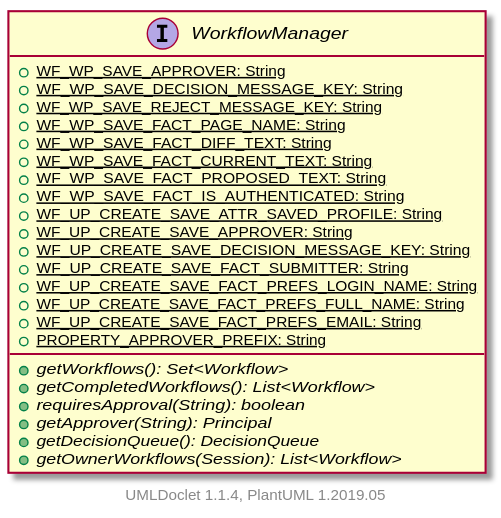
Earlier version of the PlantUML export apidocs/2.11.0.M8-SNAPSHOT/org/apache/wiki/workflow/WorkflowManager.svg (apache/jspwiki-site). Its diagram source:
```plantuml
@startuml

    interface WorkflowManager [[WorkflowManager.html]] {
        {static} +WF_WP_SAVE_APPROVER: String
        {static} +WF_WP_SAVE_DECISION_MESSAGE_KEY: String
        {static} +WF_WP_SAVE_REJECT_MESSAGE_KEY: String
        {static} +WF_WP_SAVE_FACT_PAGE_NAME: String
        {static} +WF_WP_SAVE_FACT_DIFF_TEXT: String
        {static} +WF_WP_SAVE_FACT_CURRENT_TEXT: String
        {static} +WF_WP_SAVE_FACT_PROPOSED_TEXT: String
        {static} +WF_WP_SAVE_FACT_IS_AUTHENTICATED: String
        {static} +WF_UP_CREATE_SAVE_ATTR_SAVED_PROFILE: String
        {static} +WF_UP_CREATE_SAVE_APPROVER: String
        {static} +WF_UP_CREATE_SAVE_DECISION_MESSAGE_KEY: String
        {static} +WF_UP_CREATE_SAVE_FACT_SUBMITTER: String
        {static} +WF_UP_CREATE_SAVE_FACT_PREFS_LOGIN_NAME: String
        {static} +WF_UP_CREATE_SAVE_FACT_PREFS_FULL_NAME: String
        {static} +WF_UP_CREATE_SAVE_FACT_PREFS_EMAIL: String
        {static} +PROPERTY_APPROVER_PREFIX: String
        {abstract} +getWorkflows(): Set<Workflow>
        {abstract} +getCompletedWorkflows(): List<Workflow>
        {abstract} +requiresApproval(String): boolean
        {abstract} +getApprover(String): Principal
        {abstract} +getDecisionQueue(): DecisionQueue
        {abstract} +getOwnerWorkflows(Session): List<Workflow>
    }


    center footer UMLDoclet 1.1.4, PlantUML 1.2019.05
@enduml
```
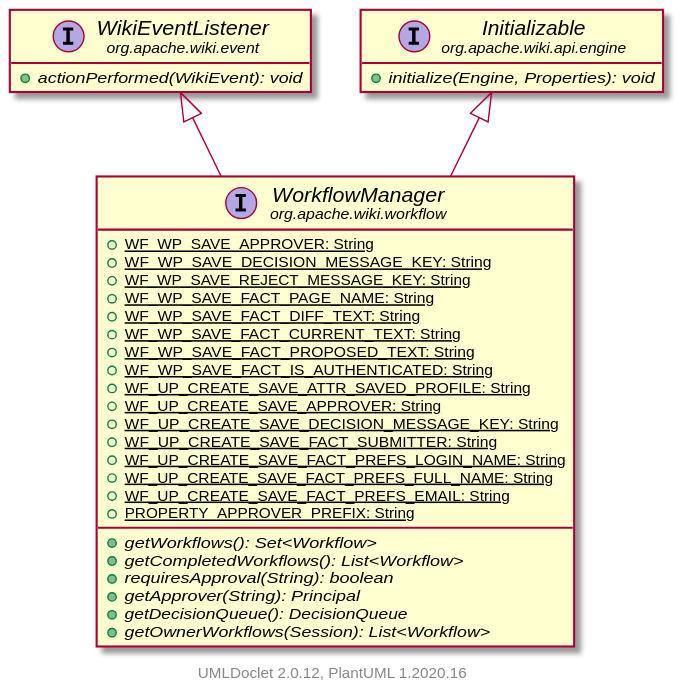
The same file after the commit.

Diff of the diagram source:
```diff
@@ -1,6 +1,9 @@
 @startuml
+    set namespaceSeparator none
+    hide empty fields
+    hide empty methods
 
-    interface WorkflowManager [[WorkflowManager.html]] {
+    interface "<size:14>WorkflowManager\n<size:10>org.apache.wiki.workflow" as org.apache.wiki.workflow.WorkflowManager [[WorkflowManager.html]] {
         {static} +WF_WP_SAVE_APPROVER: String
         {static} +WF_WP_SAVE_DECISION_MESSAGE_KEY: String
         {static} +WF_WP_SAVE_REJECT_MESSAGE_KEY: String
@@ -25,6 +28,15 @@
         {abstract} +getOwnerWorkflows(Session): List<Workflow>
     }
 
+    interface "<size:14>WikiEventListener\n<size:10>org.apache.wiki.event" as org.apache.wiki.event.WikiEventListener [[../event/WikiEventListener.html]] {
+        {abstract} +actionPerformed(WikiEvent): void
+    }
+    interface "<size:14>Initializable\n<size:10>org.apache.wiki.api.engine" as org.apache.wiki.api.engine.Initializable [[../api/engine/Initializable.html]] {
+        {abstract} +initialize(Engine, Properties): void
+    }
 
-    center footer UMLDoclet 1.1.4, PlantUML 1.2019.05
+    org.apache.wiki.event.WikiEventListener <|-- org.apache.wiki.workflow.WorkflowManager
+    org.apache.wiki.api.engine.Initializable <|-- org.apache.wiki.workflow.WorkflowManager
+
+    center footer UMLDoclet 2.0.12, PlantUML 1.2020.16
 @enduml
```
